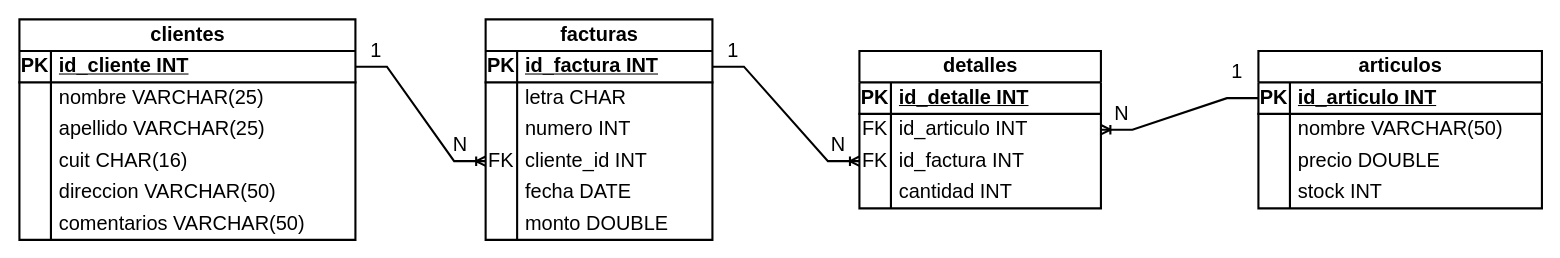
khalil-ali-viera-developer-java/proyecto-integrador-sql-digitalers keeps this draw.io diagram as diagram/model-er.drawio. Above is the earlier version. Source tidied: cells renumbered, new cells numbered last; positions are measured from the earlier drawing's top-left corner, leaving out a move shared by most shapes. Both pictures are drawn from the tidied source at 105%, with x=0, y=0 at pixel (19, 19).
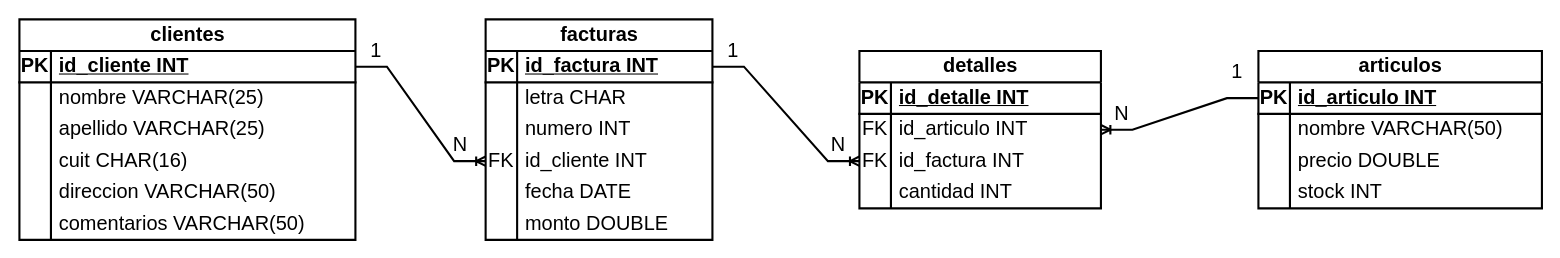
The same diagram, later.

The change refers to these unchanged cells:
```xml
<mxCell id="34" style="shape=tableRow;horizontal=0;startSize=0;swimlaneHead=0;swimlaneBody=0;fillColor=none;points=[[0,0.5],[1,0.5]];portConstraint=eastwest;top=0;left=0;right=0;bottom=0;fontFamily=JetBrains Mono;fontSize=19;strokeWidth=2;" parent="24" vertex="1">
  <mxGeometry y="120" width="216" height="30" as="geometry" />
</mxCell>
```

The edit, as a diff of the source:
```diff
@@
-    <mxCell id="36" value="cliente_id INT" style="shape=partialRectangle;fillColor=none;top=0;left=0;bottom=0;right=0;align=left;spacingLeft=6;overflow=hidden;whiteSpace=wrap;html=1;fontFamily=JetBrains Mono;fontSize=19;strokeWidth=2;" parent="34" vertex="1">
+    <mxCell id="36" value="id_cliente INT" style="shape=partialRectangle;fillColor=none;top=0;left=0;bottom=0;right=0;align=left;spacingLeft=6;overflow=hidden;whiteSpace=wrap;html=1;fontFamily=JetBrains Mono;fontSize=19;strokeWidth=2;" parent="34" vertex="1">
       <mxGeometry x="30" width="186" height="30" as="geometry" />
     </mxCell>
```
